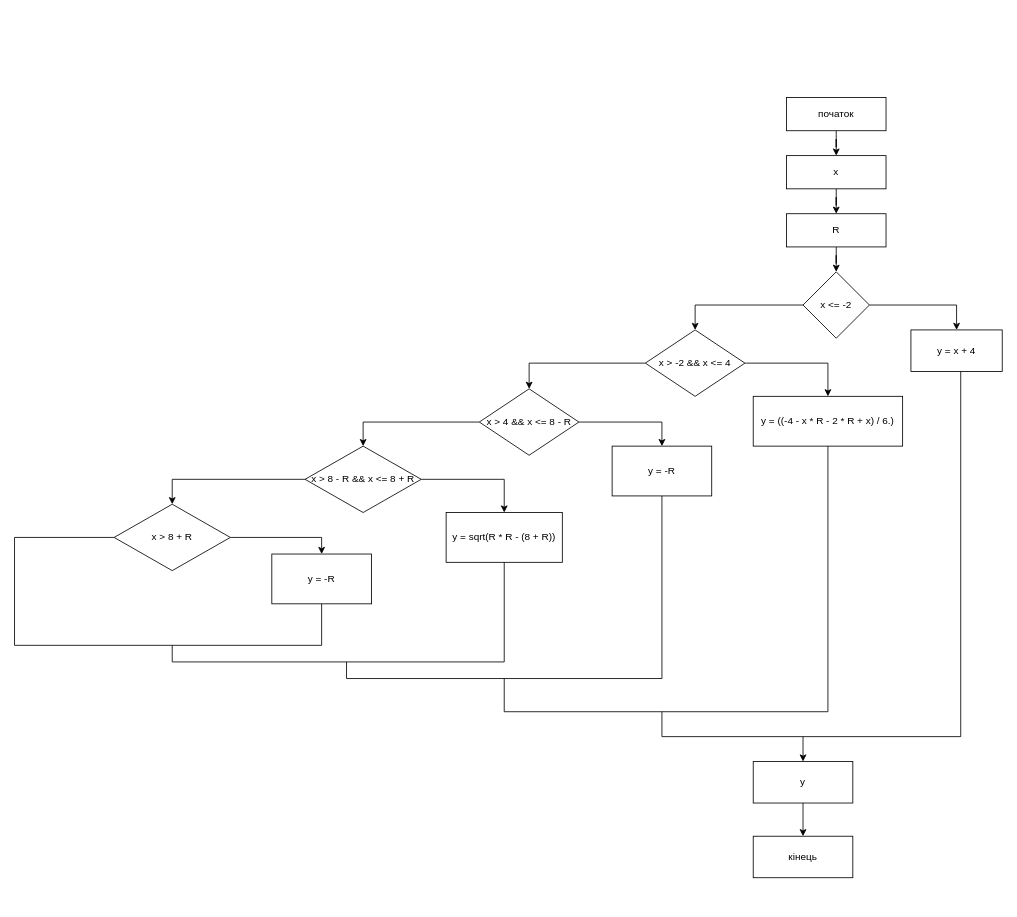
The draw.io diagram Untitled Diagram.drawio in ZhurakovskyiArtem/lab_3.3, before the edit. Source tidied: cells renumbered, new cells numbered last; positions are measured from the earlier drawing's top-left corner, leaving out a move shared by most shapes. Both pictures are drawn from the tidied source at 83%, with x=0, y=0 at pixel (14, 97).
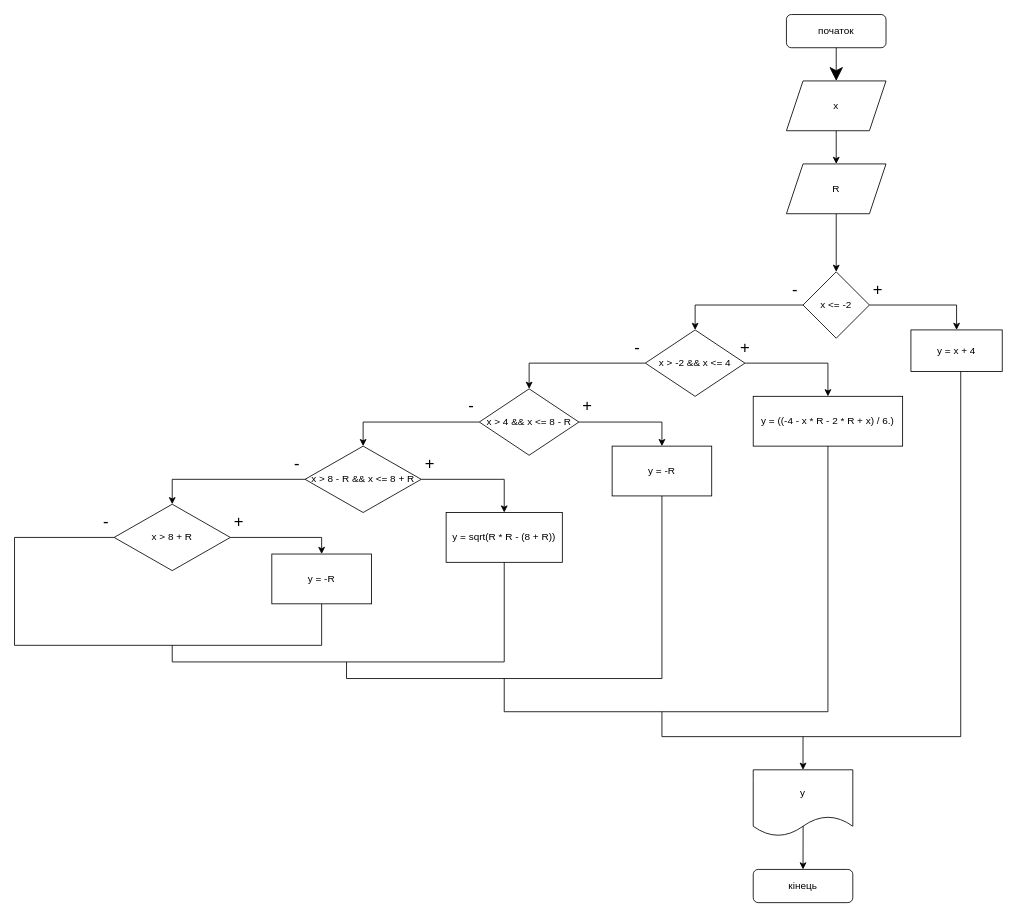
The same diagram, later.

The change refers to these unchanged cells:
```xml
<mxCell id="10" value="x &lt;= -2" style="rhombus;whiteSpace=wrap;html=1;rounded=0;" parent="1" vertex="1">
  <mxGeometry x="950" y="210" width="80" height="80" as="geometry" />
</mxCell>
<mxCell id="11" value="y = x + 4" style="rounded=0;whiteSpace=wrap;html=1;" parent="1" vertex="1">
  <mxGeometry x="1080" y="280" width="110" height="50" as="geometry" />
</mxCell>
<mxCell id="14" value="x &gt; -2 &amp;&amp; x &lt;= 4" style="rhombus;whiteSpace=wrap;html=1;rounded=0;" parent="1" vertex="1">
  <mxGeometry x="760" y="280" width="120" height="80" as="geometry" />
</mxCell>
<mxCell id="15" value="y = ((-4 - x * R - 2 * R + x) / 6.)" style="rounded=0;whiteSpace=wrap;html=1;" parent="1" vertex="1">
  <mxGeometry x="890" y="360" width="180" height="60" as="geometry" />
</mxCell>
<mxCell id="18" value="x &gt; 4 &amp;&amp; x &lt;= 8 - R" style="rhombus;whiteSpace=wrap;html=1;rounded=0;" parent="1" vertex="1">
  <mxGeometry x="560" y="351" width="120" height="80" as="geometry" />
</mxCell>
<mxCell id="19" value="y = -R" style="rounded=0;whiteSpace=wrap;html=1;" parent="1" vertex="1">
  <mxGeometry x="720" y="420" width="120" height="60" as="geometry" />
</mxCell>
<mxCell id="22" value="x &gt; 8 - R &amp;&amp; x &lt;= 8 + R" style="rhombus;whiteSpace=wrap;html=1;rounded=0;" parent="1" vertex="1">
  <mxGeometry x="350" y="420" width="140" height="80" as="geometry" />
</mxCell>
<mxCell id="23" value="y = sqrt(R * R - (8 + R))" style="rounded=0;whiteSpace=wrap;html=1;" parent="1" vertex="1">
  <mxGeometry x="520" y="500" width="140" height="60" as="geometry" />
</mxCell>
<mxCell id="25" value="x &gt; 8 + R" style="rhombus;whiteSpace=wrap;html=1;rounded=0;" parent="1" vertex="1">
  <mxGeometry x="120" y="490" width="140" height="80" as="geometry" />
</mxCell>
<mxCell id="29" value="y = -R" style="rounded=0;whiteSpace=wrap;html=1;" parent="1" vertex="1">
  <mxGeometry x="310" y="550" width="120" height="60" as="geometry" />
</mxCell>
```

What changed in the source:
```diff
@@
-    <mxCell id="2" style="edgeStyle=orthogonalEdgeStyle;rounded=0;jettySize=auto;html=1;" parent="1" edge="1" source="3" target="5">
-      <mxGeometry relative="1" as="geometry" />
-    </mxCell>
-    <mxCell id="3" value="початок" style="rounded=0;whiteSpace=wrap;html=1;" parent="1" vertex="1">
-      <mxGeometry x="930" width="120" height="40" as="geometry" />
+    <mxCell id="3" value="початок" style="rounded=1;whiteSpace=wrap;html=1;" parent="1" vertex="1">
+      <mxGeometry x="930" y="-100" width="120" height="40" as="geometry" />
     </mxCell>
-    <mxCell id="4" style="edgeStyle=orthogonalEdgeStyle;rounded=0;jettySize=auto;html=1;" parent="1" edge="1" source="5" target="7">
-      <mxGeometry relative="1" as="geometry" />
-    </mxCell>
-    <mxCell id="5" value="x" style="whiteSpace=wrap;html=1;rounded=0;" parent="1" vertex="1">
-      <mxGeometry x="930" y="70" width="120" height="40" as="geometry" />
-    </mxCell>
-    <mxCell id="6" style="edgeStyle=orthogonalEdgeStyle;rounded=0;jettySize=auto;html=1;" parent="1" edge="1" source="7" target="10">
+    <mxCell id="6" style="edgeStyle=orthogonalEdgeStyle;rounded=0;jettySize=auto;html=1;exitX=0.5;exitY=1;exitDx=0;exitDy=0;" parent="1" edge="1" source="7" target="10">
       <mxGeometry relative="1" as="geometry" />
     </mxCell>
-    <mxCell id="7" value="R" style="whiteSpace=wrap;html=1;rounded=0;" parent="1" vertex="1">
-      <mxGeometry x="930" y="140" width="120" height="40" as="geometry" />
-    </mxCell>
-    <mxCell id="8" style="edgeStyle=orthogonalEdgeStyle;rounded=0;jettySize=auto;html=1;exitX=1;exitY=0.5;exitDx=0;exitDy=0;entryX=0.5;entryY=0;entryDx=0;entryDy=0;" parent="1" edge="1" source="10" target="11">
-      <mxGeometry relative="1" as="geometry" />
+    <mxCell id="8" value="+" style="edgeStyle=orthogonalEdgeStyle;rounded=0;jettySize=auto;html=1;exitX=1;exitY=0.5;exitDx=0;exitDy=0;entryX=0.5;entryY=0;entryDx=0;entryDy=0;fontSize=20;" parent="1" edge="1" source="10" target="11">
+      <mxGeometry x="-0.85" y="20" relative="1" as="geometry" />
     </mxCell>
-    <mxCell id="9" style="edgeStyle=orthogonalEdgeStyle;rounded=0;jettySize=auto;html=1;" parent="1" edge="1" source="10" target="14">
-      <mxGeometry relative="1" as="geometry">
+    <mxCell id="9" value="-" style="edgeStyle=orthogonalEdgeStyle;rounded=0;jettySize=auto;html=1;fontSize=20;" parent="1" edge="1" source="10" target="14">
+      <mxGeometry x="-0.88" y="-20" relative="1" as="geometry">
         <Array as="points">
           <mxPoint x="820" y="250" />
         </Array>
       </mxGeometry>
     </mxCell>
@@
-    <mxCell id="12" style="edgeStyle=orthogonalEdgeStyle;rounded=0;jettySize=auto;html=1;exitX=1;exitY=0.5;exitDx=0;exitDy=0;entryX=0.5;entryY=0;entryDx=0;entryDy=0;" parent="1" edge="1" source="14" target="15">
-      <mxGeometry relative="1" as="geometry" />
+    <mxCell id="12" value="+" style="edgeStyle=orthogonalEdgeStyle;rounded=0;jettySize=auto;html=1;exitX=1;exitY=0.5;exitDx=0;exitDy=0;entryX=0.5;entryY=0;entryDx=0;entryDy=0;fontSize=20;" parent="1" edge="1" source="14" target="15">
+      <mxGeometry x="-1" y="20" relative="1" as="geometry" />
     </mxCell>
-    <mxCell id="13" style="edgeStyle=orthogonalEdgeStyle;rounded=0;jettySize=auto;html=1;" parent="1" edge="1" source="14" target="18">
-      <mxGeometry relative="1" as="geometry">
+    <mxCell id="13" value="-" style="edgeStyle=orthogonalEdgeStyle;rounded=0;jettySize=auto;html=1;fontSize=20;" parent="1" edge="1" source="14" target="18">
+      <mxGeometry x="-0.88" y="-20" relative="1" as="geometry">
         <Array as="points">
           <mxPoint x="620" y="320" />
         </Array>
       </mxGeometry>
     </mxCell>
@@
-    <mxCell id="16" style="edgeStyle=orthogonalEdgeStyle;rounded=0;jettySize=auto;html=1;exitX=1;exitY=0.5;exitDx=0;exitDy=0;entryX=0.5;entryY=0;entryDx=0;entryDy=0;" parent="1" edge="1" source="18" target="19">
-      <mxGeometry relative="1" as="geometry" />
+    <mxCell id="16" value="+" style="edgeStyle=orthogonalEdgeStyle;rounded=0;jettySize=auto;html=1;exitX=1;exitY=0.5;exitDx=0;exitDy=0;entryX=0.5;entryY=0;entryDx=0;entryDy=0;fontSize=20;" parent="1" edge="1" source="18" target="19">
+      <mxGeometry x="-0.84" y="21" relative="1" as="geometry" />
     </mxCell>
-    <mxCell id="17" style="edgeStyle=orthogonalEdgeStyle;rounded=0;jettySize=auto;html=1;" parent="1" edge="1" source="18" target="22">
-      <mxGeometry relative="1" as="geometry">
+    <mxCell id="17" value="-" style="edgeStyle=orthogonalEdgeStyle;rounded=0;jettySize=auto;html=1;fontSize=20;" parent="1" edge="1" source="18" target="22">
+      <mxGeometry x="-0.88" y="-21" relative="1" as="geometry">
         <Array as="points">
           <mxPoint x="420" y="391" />
         </Array>
       </mxGeometry>
     </mxCell>
@@
-    <mxCell id="20" style="edgeStyle=orthogonalEdgeStyle;rounded=0;jettySize=auto;html=1;exitX=1;exitY=0.5;exitDx=0;exitDy=0;entryX=0.5;entryY=0;entryDx=0;entryDy=0;" parent="1" edge="1" source="22" target="23">
-      <mxGeometry relative="1" as="geometry" />
+    <mxCell id="20" value="+" style="edgeStyle=orthogonalEdgeStyle;rounded=0;jettySize=auto;html=1;exitX=1;exitY=0.5;exitDx=0;exitDy=0;entryX=0.5;entryY=0;entryDx=0;entryDy=0;fontSize=20;" parent="1" edge="1" source="22" target="23">
+      <mxGeometry x="-0.86" y="20" relative="1" as="geometry" />
     </mxCell>
-    <mxCell id="21" style="edgeStyle=orthogonalEdgeStyle;rounded=0;jettySize=auto;html=1;" parent="1" edge="1" source="22" target="25">
-      <mxGeometry relative="1" as="geometry">
+    <mxCell id="21" value="-" style="edgeStyle=orthogonalEdgeStyle;rounded=0;jettySize=auto;html=1;fontSize=20;" parent="1" edge="1" source="22" target="25">
+      <mxGeometry x="-0.89" y="-20" relative="1" as="geometry">
         <Array as="points">
           <mxPoint x="190" y="460" />
         </Array>
       </mxGeometry>
     </mxCell>
@@
-    <mxCell id="24" style="edgeStyle=orthogonalEdgeStyle;rounded=0;jettySize=auto;html=1;exitX=1;exitY=0.5;exitDx=0;exitDy=0;entryX=0.5;entryY=0;entryDx=0;entryDy=0;" parent="1" edge="1" source="25" target="29">
-      <mxGeometry relative="1" as="geometry" />
+    <mxCell id="24" value="+" style="edgeStyle=orthogonalEdgeStyle;rounded=0;jettySize=auto;html=1;exitX=1;exitY=0.5;exitDx=0;exitDy=0;entryX=0.5;entryY=0;entryDx=0;entryDy=0;fontSize=20;" parent="1" edge="1" source="25" target="29">
+      <mxGeometry x="-0.85" y="20" relative="1" as="geometry" />
     </mxCell>
@@
-    <mxCell id="26" style="endArrow=none;html=1;exitX=0.5;exitY=1;exitDx=0;exitDy=0;rounded=0;" parent="1" edge="1" source="29">
-      <mxGeometry relative="1" as="geometry">
+    <mxCell id="26" value="-" style="endArrow=none;html=1;exitX=0.5;exitY=1;exitDx=0;exitDy=0;rounded=0;fontSize=20;" parent="1" edge="1" source="29">
+      <mxGeometry x="0.97" y="20" relative="1" as="geometry">
         <mxPoint x="120" y="530" as="targetPoint" />
         <Array as="points">
           <mxPoint x="370" y="660" />
           <mxPoint y="660" />
           <mxPoint y="530" />
         </Array>
       </mxGeometry>
     </mxCell>
@@
+    <mxCell id="36" style="endArrow=classic;html=1;strokeColor=default;entryX=0.5;entryY=0;entryDx=0;entryDy=0;exitX=0.501;exitY=0.807;exitDx=0;exitDy=0;exitPerimeter=0;" parent="1" edge="1" source="34" target="35">
+      <mxGeometry relative="1" as="geometry" />
+    </mxCell>
+    <mxCell id="5" value="x" style="shape=parallelogram;perimeter=parallelogramPerimeter;whiteSpace=wrap;html=1;fixedSize=1;hachureGap=4;" parent="1" vertex="1">
+      <mxGeometry x="930" y="-20" width="120" height="60" as="geometry" />
+    </mxCell>
+    <mxCell id="2" style="endArrow=classic;html=1;startSize=14;endSize=14;sourcePerimeterSpacing=8;targetPerimeterSpacing=8;entryX=0.5;entryY=0;entryDx=0;entryDy=0;exitX=0.5;exitY=1;exitDx=0;exitDy=0;" parent="1" edge="1" source="3" target="5">
+      <mxGeometry relative="1" as="geometry" />
+    </mxCell>
-    <mxCell id="34" value="y" style="rounded=0;whiteSpace=wrap;html=1;" parent="1" vertex="1">
-      <mxGeometry x="890" y="800" width="120" height="50" as="geometry" />
+    <mxCell id="34" value="y" style="shape=document;whiteSpace=wrap;html=1;boundedLbl=1;hachureGap=4;gradientColor=none;" parent="1" vertex="1">
+      <mxGeometry x="890" y="810" width="120" height="80" as="geometry" />
     </mxCell>
-    <mxCell id="35" value="кінець" style="whiteSpace=wrap;html=1;rounded=0;" parent="1" vertex="1">
-      <mxGeometry x="890" y="890" width="120" height="50" as="geometry" />
+    <mxCell id="35" value="кінець" style="rounded=1;whiteSpace=wrap;html=1;hachureGap=4;gradientColor=none;" parent="1" vertex="1">
+      <mxGeometry x="890" y="930" width="120" height="40" as="geometry" />
     </mxCell>
-    <mxCell id="36" style="endArrow=classic;html=1;strokeColor=default;entryX=0.5;entryY=0;entryDx=0;entryDy=0;" parent="1" edge="1" target="35">
-      <mxGeometry relative="1" as="geometry">
-        <mxPoint x="950" y="850" as="sourcePoint" />
-      </mxGeometry>
-    </mxCell>
+    <mxCell id="7" value="R" style="shape=parallelogram;perimeter=parallelogramPerimeter;whiteSpace=wrap;html=1;fixedSize=1;rounded=0;hachureGap=4;gradientColor=none;" parent="1" vertex="1">
+      <mxGeometry x="930" y="80" width="120" height="60" as="geometry" />
+    </mxCell>
+    <mxCell id="37" style="endArrow=classic;html=1;sourcePerimeterSpacing=8;targetPerimeterSpacing=8;entryX=0.5;entryY=0;entryDx=0;entryDy=0;" parent="1" edge="1" target="7">
+      <mxGeometry relative="1" as="geometry">
+        <mxPoint x="990" y="40" as="sourcePoint" />
+      </mxGeometry>
+    </mxCell>
```
